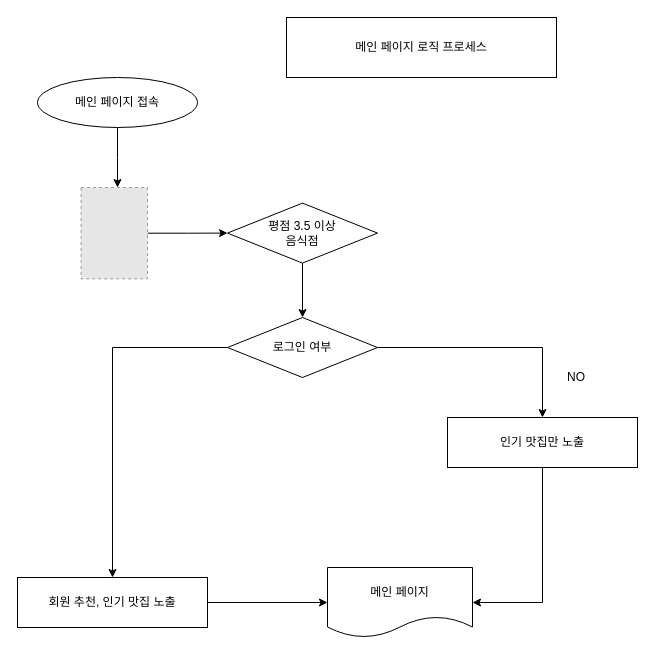
Before: Untitled Diagram.drawio in LeeYH94/workspace, a draw.io diagram. Source tidied: cells renumbered, new cells numbered last; positions are measured from the earlier drawing's top-left corner, leaving out a move shared by most shapes. Both pictures are drawn from the tidied source at 100%, with x=0, y=0 at pixel (17, 17). Pictures stored in the file or linked from it are replaced by grey dashed boxes.
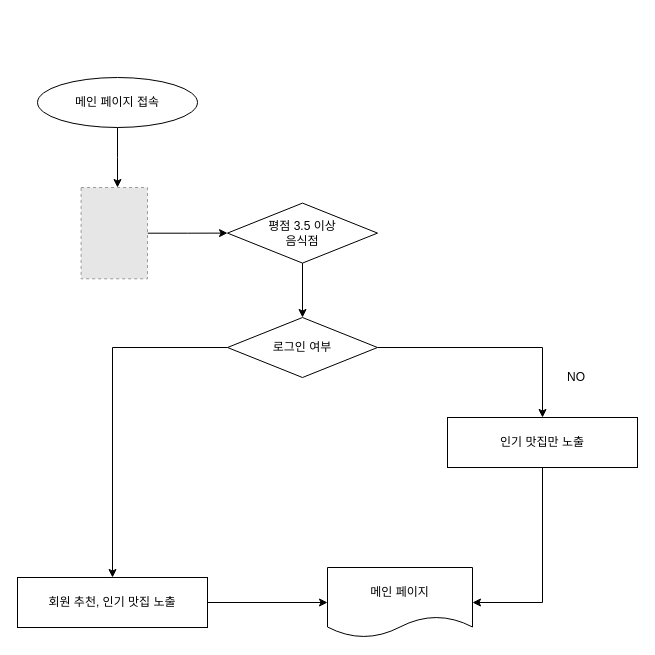
Above is the later version.

Change to the diagram source:
```diff
@@
 <mxGraphModel>
   <root>
     <mxCell id="0" />
     <mxCell id="1" parent="0" />
     <mxCell id="2" style="edgeStyle=orthogonalEdgeStyle;rounded=0;jettySize=auto;html=1;entryX=0.5;entryY=0;entryDx=0;entryDy=0;" parent="1" edge="1" source="3">
       <mxGeometry relative="1" as="geometry">
         <mxPoint x="100" y="170" as="targetPoint" />
       </mxGeometry>
     </mxCell>
     <mxCell id="3" value="메인 페이지 접속" style="ellipse;whiteSpace=wrap;html=1;" parent="1" vertex="1">
       <mxGeometry x="20" y="60" width="160" height="50" as="geometry" />
     </mxCell>
     <mxCell id="4" style="edgeStyle=orthogonalEdgeStyle;rounded=0;jettySize=auto;html=1;entryX=0.5;entryY=0;entryDx=0;entryDy=0;" parent="1" edge="1" source="6" target="14">
       <mxGeometry relative="1" as="geometry" />
     </mxCell>
     <mxCell id="5" style="edgeStyle=orthogonalEdgeStyle;rounded=0;jettySize=auto;html=1;entryX=0.5;entryY=0;entryDx=0;entryDy=0;" parent="1" edge="1" source="6" target="16">
       <mxGeometry relative="1" as="geometry" />
     </mxCell>
     <mxCell id="6" value="로그인 여부" style="rhombus;whiteSpace=wrap;html=1;" parent="1" vertex="1">
       <mxGeometry x="210" y="300" width="150" height="60" as="geometry" />
     </mxCell>
-    <mxCell id="7" value="메인 페이지 로직 프로세스" style="rounded=0;whiteSpace=wrap;html=1;" parent="1" vertex="1">
-      <mxGeometry x="269" width="270" height="60" as="geometry" />
-    </mxCell>
     <mxCell id="8" style="edgeStyle=orthogonalEdgeStyle;rounded=0;jettySize=auto;html=1;entryX=0;entryY=0.5;entryDx=0;entryDy=0;" parent="1" edge="1" source="9" target="12">
       <mxGeometry relative="1" as="geometry" />
     </mxCell>
     <mxCell id="9" style="fillColor=#E6E6E6;strokeColor=#999999;dashed=1;verticalLabelPosition=bottom;labelBackgroundColor=#ffffff;verticalAlign=top;" parent="1" vertex="1">
       <mxGeometry x="63.6" y="170" width="66.4" height="91.3" as="geometry" />
     </mxCell>
     <mxCell id="10" value="NO" style="text;html=1;strokeColor=none;fillColor=none;align=center;verticalAlign=middle;whiteSpace=wrap;rounded=0;" parent="1" vertex="1">
       <mxGeometry x="539" y="350" width="40" height="20" as="geometry" />
     </mxCell>
     <mxCell id="11" style="edgeStyle=orthogonalEdgeStyle;rounded=0;jettySize=auto;html=1;" parent="1" edge="1" source="12" target="6">
       <mxGeometry relative="1" as="geometry" />
     </mxCell>
     <mxCell id="12" value="평점 3.5 이상&lt;br&gt;음식점" style="rhombus;whiteSpace=wrap;html=1;" parent="1" vertex="1">
       <mxGeometry x="210" y="185.6" width="150" height="60" as="geometry" />
     </mxCell>
     <mxCell id="13" style="edgeStyle=orthogonalEdgeStyle;rounded=0;jettySize=auto;html=1;entryX=0;entryY=0.5;entryDx=0;entryDy=0;" parent="1" edge="1" source="14" target="17">
       <mxGeometry relative="1" as="geometry" />
     </mxCell>
     <mxCell id="14" value="회원 추천, 인기 맛집 노출" style="rounded=0;whiteSpace=wrap;html=1;" parent="1" vertex="1">
       <mxGeometry y="560" width="190" height="50" as="geometry" />
     </mxCell>
     <mxCell id="15" style="edgeStyle=orthogonalEdgeStyle;rounded=0;jettySize=auto;html=1;entryX=1;entryY=0.5;entryDx=0;entryDy=0;" parent="1" edge="1" source="16" target="17">
       <mxGeometry relative="1" as="geometry" />
     </mxCell>
     <mxCell id="16" value="인기 맛집만 노출" style="rounded=0;whiteSpace=wrap;html=1;" parent="1" vertex="1">
       <mxGeometry x="430" y="400" width="190" height="50" as="geometry" />
     </mxCell>
     <mxCell id="17" value="메인 페이지" style="shape=document;whiteSpace=wrap;html=1;boundedLbl=1;" parent="1" vertex="1">
       <mxGeometry x="310" y="550" width="145" height="70" as="geometry" />
     </mxCell>
   </root>
 </mxGraphModel>
```
